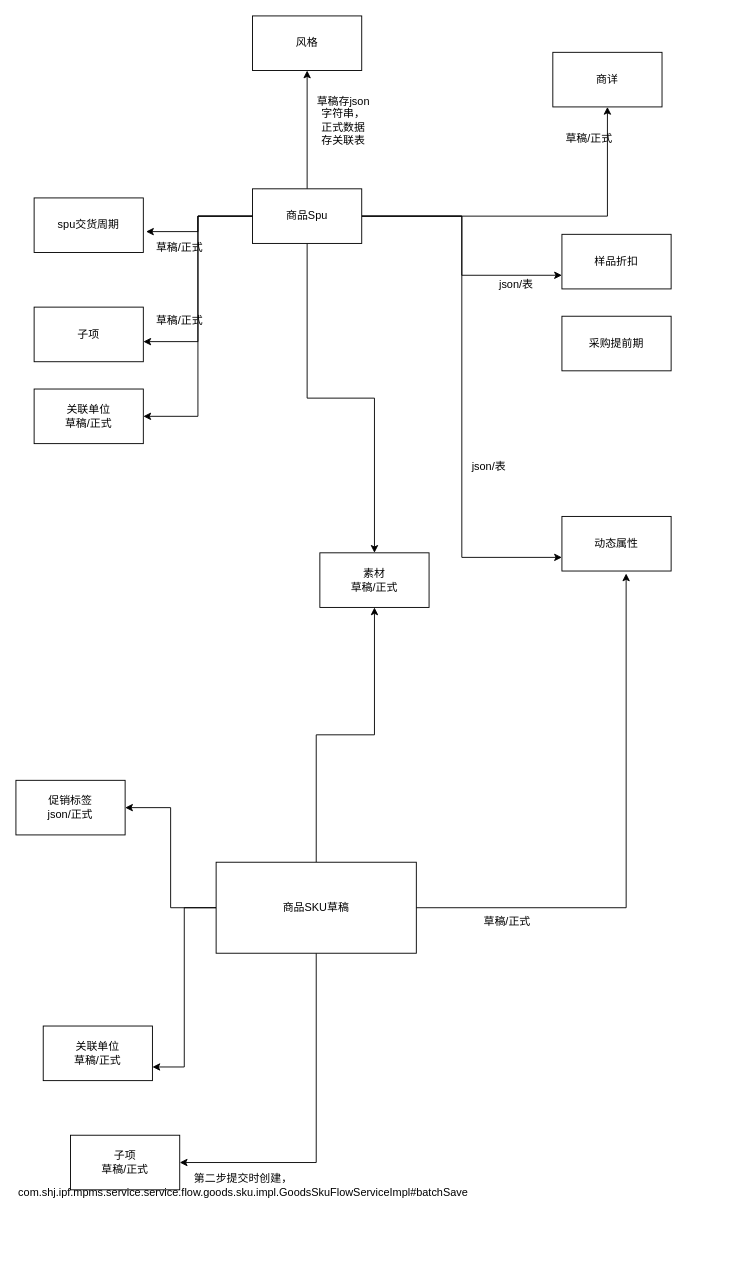
Earlier version of the draw.io diagram 商品打包逻辑梳理草稿.drawio (1846872430/shj_chart). Source tidied: cells renumbered, new cells numbered last; positions are measured from the earlier drawing's top-left corner, leaving out a move shared by most shapes. Both pictures are drawn from the tidied source at 91%, with x=0, y=0 at pixel (15, 15).
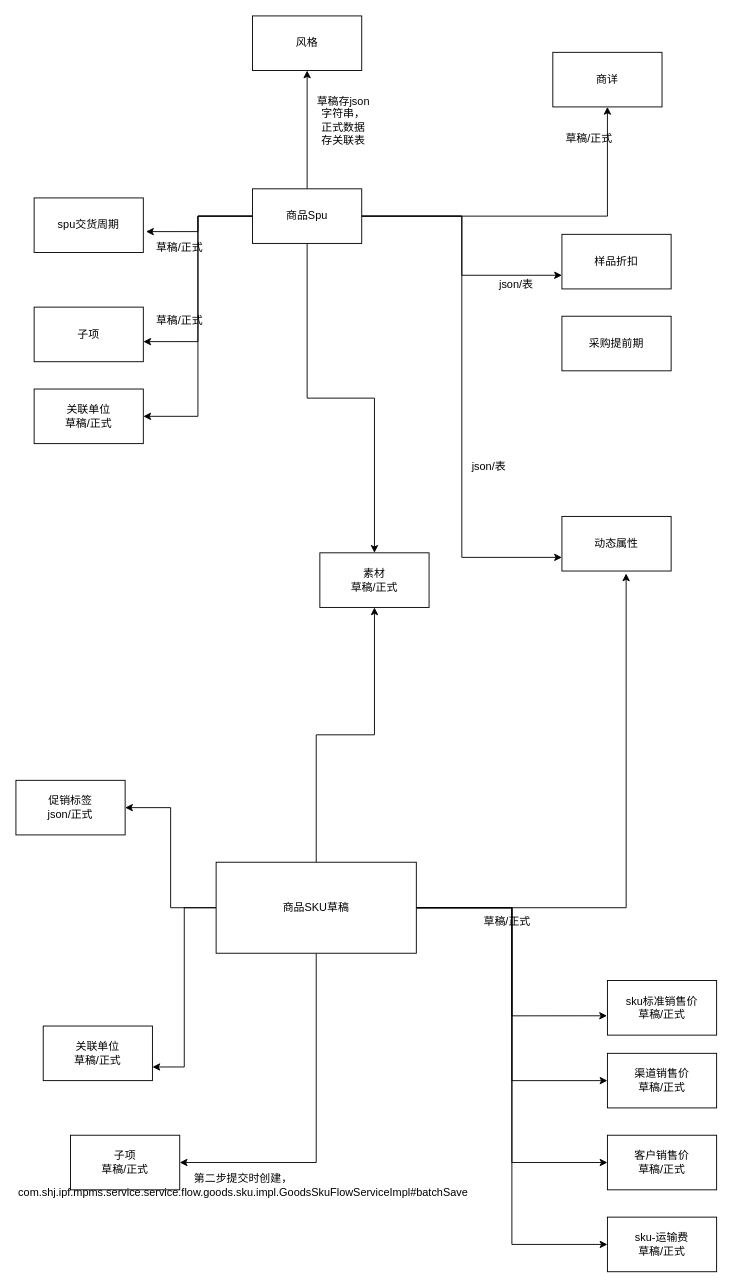
The same diagram, later.

Commit message:
更新商品打包逻辑梳理草稿.drawio

Unchanged cells that the change refers to:
```xml
<mxCell id="23" value="商品SKU草稿" style="rounded=0;whiteSpace=wrap;html=1;" parent="1" vertex="1">
  <mxGeometry x="220" y="930" width="220" height="100" as="geometry" />
</mxCell>
```

What changed in the source:
```diff
@@
+    <mxCell id="37" style="edgeStyle=orthogonalEdgeStyle;rounded=0;jettySize=auto;html=1;entryX=0;entryY=0.5;entryDx=0;entryDy=0;" parent="1" edge="1" source="23" target="42">
+      <mxGeometry relative="1" as="geometry" />
+    </mxCell>
+    <mxCell id="38" style="edgeStyle=orthogonalEdgeStyle;rounded=0;jettySize=auto;html=1;entryX=0;entryY=0.5;entryDx=0;entryDy=0;" parent="1" edge="1" source="23" target="43">
+      <mxGeometry relative="1" as="geometry" />
+    </mxCell>
+    <mxCell id="39" style="edgeStyle=orthogonalEdgeStyle;rounded=0;jettySize=auto;html=1;entryX=0;entryY=0.5;entryDx=0;entryDy=0;" parent="1" edge="1" source="23" target="44">
+      <mxGeometry relative="1" as="geometry" />
+    </mxCell>
@@
+    <mxCell id="40" value="sku标准销售价&lt;br&gt;草稿/正式" style="rounded=0;whiteSpace=wrap;html=1;" parent="1" vertex="1">
+      <mxGeometry x="650" y="1060" width="120" height="60" as="geometry" />
+    </mxCell>
+    <mxCell id="41" style="edgeStyle=orthogonalEdgeStyle;rounded=0;jettySize=auto;html=1;entryX=-0.004;entryY=0.646;entryDx=0;entryDy=0;entryPerimeter=0;" parent="1" edge="1" source="23" target="40">
+      <mxGeometry relative="1" as="geometry" />
+    </mxCell>
+    <mxCell id="42" value="渠道销售价&lt;br&gt;草稿/正式" style="rounded=0;whiteSpace=wrap;html=1;" parent="1" vertex="1">
+      <mxGeometry x="650" y="1140" width="120" height="60" as="geometry" />
+    </mxCell>
+    <mxCell id="43" value="客户销售价&lt;div&gt;草稿/正式&lt;/div&gt;" style="rounded=0;whiteSpace=wrap;html=1;" parent="1" vertex="1">
+      <mxGeometry x="650" y="1230" width="120" height="60" as="geometry" />
+    </mxCell>
+    <mxCell id="44" value="sku-运输费&lt;div&gt;草稿/正式&lt;/div&gt;" style="rounded=0;whiteSpace=wrap;html=1;" parent="1" vertex="1">
+      <mxGeometry x="650" y="1320" width="120" height="60" as="geometry" />
+    </mxCell>
```
